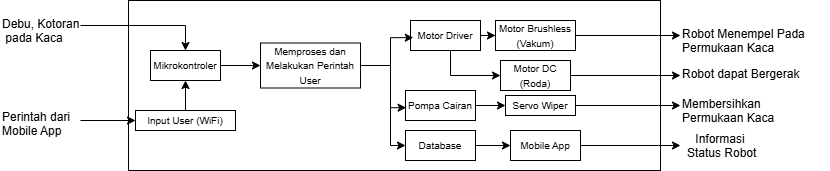
Earlier version of the draw.io export DiagramBlokLevel1.drawio.png (bryansasa/PPT-Cleaning-Glass-Robot). Source tidied: cells renumbered, new cells last; positions are measured from the earlier drawing's top-left corner, leaving out a move shared by most shapes. Source of this version:
```xml
<mxGraphModel>
  <root>
    <mxCell id="0" />
    <mxCell id="1" parent="0" />
    <mxCell id="2" style="rounded=0;whiteSpace=wrap;html=1;" parent="1" vertex="1">
      <mxGeometry x="128" width="532" height="170" as="geometry" />
    </mxCell>
    <mxCell id="3" style="edgeStyle=orthogonalEdgeStyle;rounded=0;jettySize=auto;html=1;entryX=0.5;entryY=0;entryDx=0;entryDy=0;" parent="1" edge="1" source="4" target="6">
      <mxGeometry relative="1" as="geometry" />
    </mxCell>
    <mxCell id="4" value="Debu, Kotoran&lt;div&gt;&amp;nbsp;pada Kaca&lt;/div&gt;" style="text;whiteSpace=wrap;html=1;" parent="1" vertex="1">
      <mxGeometry y="10" width="80" height="30" as="geometry" />
    </mxCell>
    <mxCell id="5" style="edgeStyle=orthogonalEdgeStyle;rounded=0;jettySize=auto;html=1;" parent="1" edge="1" source="6" target="31">
      <mxGeometry relative="1" as="geometry" />
    </mxCell>
    <mxCell id="6" value="&lt;span&gt;&lt;font style=&quot;font-size: 10px;&quot;&gt;Mikrokontroler&lt;/font&gt;&lt;/span&gt;" style="rounded=0;whiteSpace=wrap;html=1;" parent="1" vertex="1">
      <mxGeometry x="150" y="50" width="70" height="30" as="geometry" />
    </mxCell>
    <mxCell id="7" style="edgeStyle=orthogonalEdgeStyle;rounded=0;jettySize=auto;html=1;entryX=0.5;entryY=1;entryDx=0;entryDy=0;" parent="1" edge="1" source="8" target="6">
      <mxGeometry relative="1" as="geometry" />
    </mxCell>
    <mxCell id="8" value="&lt;span style=&quot;font-size: 10px;&quot;&gt;Input User (WiFi)&lt;/span&gt;" style="rounded=0;whiteSpace=wrap;html=1;" parent="1" vertex="1">
      <mxGeometry x="135" y="110" width="100" height="20" as="geometry" />
    </mxCell>
    <mxCell id="9" style="edgeStyle=orthogonalEdgeStyle;rounded=0;jettySize=auto;html=1;" parent="1" edge="1" source="11" target="13">
      <mxGeometry relative="1" as="geometry" />
    </mxCell>
    <mxCell id="10" style="edgeStyle=orthogonalEdgeStyle;rounded=0;jettySize=auto;html=1;entryX=0;entryY=0.5;entryDx=0;entryDy=0;" parent="1" edge="1" source="11" target="15">
      <mxGeometry relative="1" as="geometry">
        <Array as="points">
          <mxPoint x="450" y="75" />
        </Array>
      </mxGeometry>
    </mxCell>
    <mxCell id="11" value="&lt;span style=&quot;font-weight: normal;&quot;&gt;&lt;font style=&quot;font-size: 10px;&quot;&gt;Motor Driver&lt;/font&gt;&lt;/span&gt;" style="rounded=0;whiteSpace=wrap;html=1;fontStyle=1;" parent="1" vertex="1">
      <mxGeometry x="410" y="20" width="70" height="30" as="geometry" />
    </mxCell>
    <mxCell id="12" style="edgeStyle=orthogonalEdgeStyle;rounded=0;jettySize=auto;html=1;" parent="1" edge="1" source="13" target="20">
      <mxGeometry relative="1" as="geometry" />
    </mxCell>
    <mxCell id="13" value="&lt;span&gt;&lt;font style=&quot;font-size: 10px;&quot;&gt;Motor Brushless (Vakum)&lt;/font&gt;&lt;/span&gt;" style="rounded=0;whiteSpace=wrap;html=1;" parent="1" vertex="1">
      <mxGeometry x="495" y="20" width="80" height="30" as="geometry" />
    </mxCell>
    <mxCell id="14" style="edgeStyle=orthogonalEdgeStyle;rounded=0;jettySize=auto;html=1;" parent="1" edge="1" source="15" target="28">
      <mxGeometry relative="1" as="geometry" />
    </mxCell>
    <mxCell id="15" value="&lt;span&gt;&lt;font style=&quot;font-size: 10px;&quot;&gt;Motor DC (Roda)&lt;/font&gt;&lt;/span&gt;" style="rounded=0;whiteSpace=wrap;html=1;" parent="1" vertex="1">
      <mxGeometry x="500" y="60" width="70" height="30" as="geometry" />
    </mxCell>
    <mxCell id="16" style="edgeStyle=orthogonalEdgeStyle;rounded=0;jettySize=auto;html=1;" parent="1" edge="1" source="17" target="19">
      <mxGeometry relative="1" as="geometry" />
    </mxCell>
    <mxCell id="17" value="&lt;span&gt;&lt;font style=&quot;font-size: 10px;&quot;&gt;Pompa Cairan&lt;/font&gt;&lt;/span&gt;" style="rounded=0;whiteSpace=wrap;html=1;" parent="1" vertex="1">
      <mxGeometry x="405" y="90" width="70" height="30" as="geometry" />
    </mxCell>
    <mxCell id="18" style="edgeStyle=orthogonalEdgeStyle;rounded=0;jettySize=auto;html=1;entryX=0;entryY=0.5;entryDx=0;entryDy=0;" parent="1" edge="1" source="19" target="29">
      <mxGeometry relative="1" as="geometry" />
    </mxCell>
    <mxCell id="19" value="&lt;span&gt;&lt;font style=&quot;font-size: 10px;&quot;&gt;Servo Wiper&lt;/font&gt;&lt;/span&gt;" style="rounded=0;whiteSpace=wrap;html=1;" parent="1" vertex="1">
      <mxGeometry x="505" y="95" width="70" height="20" as="geometry" />
    </mxCell>
    <mxCell id="20" value="Robot Menempel Pada&amp;nbsp;&lt;div&gt;Permukaan Kaca&lt;/div&gt;" style="text;whiteSpace=wrap;html=1;" parent="1" vertex="1">
      <mxGeometry x="680" y="20" width="150" height="30" as="geometry" />
    </mxCell>
    <mxCell id="21" value="&lt;div style=&quot;&quot;&gt;&lt;span style=&quot;background-color: transparent; color: light-dark(rgb(0, 0, 0), rgb(255, 255, 255));&quot;&gt;Informasi&lt;/span&gt;&lt;/div&gt;&lt;div style=&quot;&quot;&gt;&lt;span style=&quot;background-color: transparent; color: light-dark(rgb(0, 0, 0), rgb(255, 255, 255));&quot;&gt;&amp;nbsp;Status Robot&lt;/span&gt;&lt;/div&gt;" style="text;whiteSpace=wrap;html=1;align=center;" parent="1" vertex="1">
      <mxGeometry x="680" y="125" width="80" height="40" as="geometry" />
    </mxCell>
    <mxCell id="22" style="edgeStyle=orthogonalEdgeStyle;rounded=0;jettySize=auto;html=1;" parent="1" edge="1" source="23" target="25">
      <mxGeometry relative="1" as="geometry" />
    </mxCell>
    <mxCell id="23" value="&lt;span&gt;&lt;font style=&quot;font-size: 10px;&quot;&gt;Database&lt;/font&gt;&lt;/span&gt;" style="rounded=0;whiteSpace=wrap;html=1;" parent="1" vertex="1">
      <mxGeometry x="405" y="130" width="70" height="30" as="geometry" />
    </mxCell>
    <mxCell id="24" style="edgeStyle=orthogonalEdgeStyle;rounded=0;jettySize=auto;html=1;" parent="1" edge="1" source="25" target="21">
      <mxGeometry relative="1" as="geometry" />
    </mxCell>
    <mxCell id="25" value="&lt;span&gt;&lt;font style=&quot;font-size: 10px;&quot;&gt;Mobile App&lt;/font&gt;&lt;/span&gt;" style="rounded=0;whiteSpace=wrap;html=1;" parent="1" vertex="1">
      <mxGeometry x="510" y="130" width="70" height="30" as="geometry" />
    </mxCell>
    <mxCell id="26" style="edgeStyle=orthogonalEdgeStyle;rounded=0;jettySize=auto;html=1;" parent="1" edge="1" source="27" target="8">
      <mxGeometry relative="1" as="geometry" />
    </mxCell>
    <mxCell id="27" value="Perintah dari&amp;nbsp;&lt;div&gt;Mobile App&lt;/div&gt;" style="text;whiteSpace=wrap;html=1;" parent="1" vertex="1">
      <mxGeometry y="102.5" width="80" height="35" as="geometry" />
    </mxCell>
    <mxCell id="28" value="Robot dapat Bergerak" style="text;whiteSpace=wrap;html=1;" parent="1" vertex="1">
      <mxGeometry x="680" y="60" width="140" height="30" as="geometry" />
    </mxCell>
    <mxCell id="29" value="Membersihkan&amp;nbsp;&lt;div&gt;Permukaan Kaca&lt;/div&gt;" style="text;whiteSpace=wrap;html=1;" parent="1" vertex="1">
      <mxGeometry x="680" y="90" width="120" height="30" as="geometry" />
    </mxCell>
    <mxCell id="30" style="edgeStyle=orthogonalEdgeStyle;rounded=0;jettySize=auto;html=1;entryX=0;entryY=0.5;entryDx=0;entryDy=0;" parent="1" edge="1" source="31" target="23">
      <mxGeometry relative="1" as="geometry">
        <Array as="points">
          <mxPoint x="390" y="65" />
          <mxPoint x="390" y="145" />
        </Array>
      </mxGeometry>
    </mxCell>
    <mxCell id="31" value="&lt;div&gt;&lt;span style=&quot;font-size: 10px;&quot;&gt;Memproses dan Melakukan Perintah User&lt;/span&gt;&lt;/div&gt;" style="rounded=0;whiteSpace=wrap;html=1;" parent="1" vertex="1">
      <mxGeometry x="260" y="42.5" width="100" height="45" as="geometry" />
    </mxCell>
    <mxCell id="32" style="edgeStyle=orthogonalEdgeStyle;rounded=0;jettySize=auto;html=1;entryX=0.04;entryY=0.572;entryDx=0;entryDy=0;entryPerimeter=0;" parent="1" edge="1" source="31" target="11">
      <mxGeometry relative="1" as="geometry">
        <Array as="points">
          <mxPoint x="390" y="65" />
          <mxPoint x="390" y="37" />
        </Array>
      </mxGeometry>
    </mxCell>
    <mxCell id="33" style="edgeStyle=orthogonalEdgeStyle;rounded=0;jettySize=auto;html=1;entryX=0.009;entryY=0.572;entryDx=0;entryDy=0;entryPerimeter=0;" parent="1" edge="1" source="31" target="17">
      <mxGeometry relative="1" as="geometry">
        <Array as="points">
          <mxPoint x="390" y="65" />
          <mxPoint x="390" y="107" />
        </Array>
      </mxGeometry>
    </mxCell>
  </root>
</mxGraphModel>
```
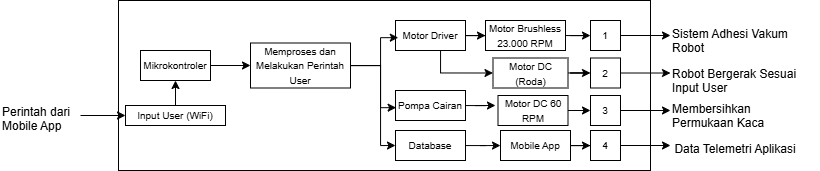
Above is the later version.

The edit, as a diff of the source:
```diff
@@ -5,12 +5,6 @@
     <mxCell id="2" style="rounded=0;whiteSpace=wrap;html=1;" parent="1" vertex="1">
       <mxGeometry x="128" width="532" height="170" as="geometry" />
     </mxCell>
-    <mxCell id="3" style="edgeStyle=orthogonalEdgeStyle;rounded=0;jettySize=auto;html=1;entryX=0.5;entryY=0;entryDx=0;entryDy=0;" parent="1" edge="1" source="4" target="6">
-      <mxGeometry relative="1" as="geometry" />
-    </mxCell>
-    <mxCell id="4" value="Debu, Kotoran&lt;div&gt;&amp;nbsp;pada Kaca&lt;/div&gt;" style="text;whiteSpace=wrap;html=1;" parent="1" vertex="1">
-      <mxGeometry y="10" width="80" height="30" as="geometry" />
-    </mxCell>
     <mxCell id="5" style="edgeStyle=orthogonalEdgeStyle;rounded=0;jettySize=auto;html=1;" parent="1" edge="1" source="6" target="31">
       <mxGeometry relative="1" as="geometry" />
     </mxCell>
@@ -21,7 +15,7 @@
       <mxGeometry relative="1" as="geometry" />
     </mxCell>
     <mxCell id="8" value="&lt;span style=&quot;font-size: 10px;&quot;&gt;Input User (WiFi)&lt;/span&gt;" style="rounded=0;whiteSpace=wrap;html=1;" parent="1" vertex="1">
-      <mxGeometry x="135" y="110" width="100" height="20" as="geometry" />
+      <mxGeometry x="135" y="105" width="100" height="20" as="geometry" />
     </mxCell>
     <mxCell id="9" style="edgeStyle=orthogonalEdgeStyle;rounded=0;jettySize=auto;html=1;" parent="1" edge="1" source="11" target="13">
       <mxGeometry relative="1" as="geometry" />
@@ -29,42 +23,38 @@
     <mxCell id="10" style="edgeStyle=orthogonalEdgeStyle;rounded=0;jettySize=auto;html=1;entryX=0;entryY=0.5;entryDx=0;entryDy=0;" parent="1" edge="1" source="11" target="15">
       <mxGeometry relative="1" as="geometry">
         <Array as="points">
-          <mxPoint x="450" y="75" />
+          <mxPoint x="450" y="72" />
         </Array>
       </mxGeometry>
     </mxCell>
     <mxCell id="11" value="&lt;span style=&quot;font-weight: normal;&quot;&gt;&lt;font style=&quot;font-size: 10px;&quot;&gt;Motor Driver&lt;/font&gt;&lt;/span&gt;" style="rounded=0;whiteSpace=wrap;html=1;fontStyle=1;" parent="1" vertex="1">
-      <mxGeometry x="410" y="20" width="70" height="30" as="geometry" />
+      <mxGeometry x="405" y="20" width="70" height="30" as="geometry" />
     </mxCell>
-    <mxCell id="12" style="edgeStyle=orthogonalEdgeStyle;rounded=0;jettySize=auto;html=1;" parent="1" edge="1" source="13" target="20">
-      <mxGeometry relative="1" as="geometry" />
-    </mxCell>
+    <mxCell id="34" style="edgeStyle=orthogonalEdgeStyle;rounded=0;jettySize=auto;html=1;" parent="1" edge="1" source="13" target="38">
+      <mxGeometry relative="1" as="geometry" />
+    </mxCell>
-    <mxCell id="13" value="&lt;span&gt;&lt;font style=&quot;font-size: 10px;&quot;&gt;Motor Brushless (Vakum)&lt;/font&gt;&lt;/span&gt;" style="rounded=0;whiteSpace=wrap;html=1;" parent="1" vertex="1">
+    <mxCell id="13" value="&lt;span&gt;&lt;font style=&quot;font-size: 10px;&quot;&gt;Motor Brushless 23.000 RPM&lt;/font&gt;&lt;/span&gt;" style="rounded=0;whiteSpace=wrap;html=1;" parent="1" vertex="1">
       <mxGeometry x="495" y="20" width="80" height="30" as="geometry" />
     </mxCell>
-    <mxCell id="14" style="edgeStyle=orthogonalEdgeStyle;rounded=0;jettySize=auto;html=1;" parent="1" edge="1" source="15" target="28">
-      <mxGeometry relative="1" as="geometry" />
-    </mxCell>
+    <mxCell id="35" style="edgeStyle=orthogonalEdgeStyle;rounded=0;jettySize=auto;html=1;" parent="1" edge="1" source="15" target="39">
+      <mxGeometry relative="1" as="geometry" />
+    </mxCell>
     <mxCell id="15" value="&lt;span&gt;&lt;font style=&quot;font-size: 10px;&quot;&gt;Motor DC (Roda)&lt;/font&gt;&lt;/span&gt;" style="rounded=0;whiteSpace=wrap;html=1;" parent="1" vertex="1">
-      <mxGeometry x="500" y="60" width="70" height="30" as="geometry" />
+      <mxGeometry x="502.5" y="57.5" width="75" height="30" as="geometry" />
     </mxCell>
-    <mxCell id="16" style="edgeStyle=orthogonalEdgeStyle;rounded=0;jettySize=auto;html=1;" parent="1" edge="1" source="17" target="19">
-      <mxGeometry relative="1" as="geometry" />
+    <mxCell id="16" style="edgeStyle=orthogonalEdgeStyle;rounded=0;jettySize=auto;html=1;" parent="1" edge="1" source="17">
+      <mxGeometry relative="1" as="geometry">
+        <mxPoint x="505" y="105" as="targetPoint" />
+      </mxGeometry>
     </mxCell>
     <mxCell id="17" value="&lt;span&gt;&lt;font style=&quot;font-size: 10px;&quot;&gt;Pompa Cairan&lt;/font&gt;&lt;/span&gt;" style="rounded=0;whiteSpace=wrap;html=1;" parent="1" vertex="1">
       <mxGeometry x="405" y="90" width="70" height="30" as="geometry" />
     </mxCell>
-    <mxCell id="18" style="edgeStyle=orthogonalEdgeStyle;rounded=0;jettySize=auto;html=1;entryX=0;entryY=0.5;entryDx=0;entryDy=0;" parent="1" edge="1" source="19" target="29">
-      <mxGeometry relative="1" as="geometry" />
-    </mxCell>
-    <mxCell id="19" value="&lt;span&gt;&lt;font style=&quot;font-size: 10px;&quot;&gt;Servo Wiper&lt;/font&gt;&lt;/span&gt;" style="rounded=0;whiteSpace=wrap;html=1;" parent="1" vertex="1">
-      <mxGeometry x="505" y="95" width="70" height="20" as="geometry" />
-    </mxCell>
-    <mxCell id="20" value="Robot Menempel Pada&amp;nbsp;&lt;div&gt;Permukaan Kaca&lt;/div&gt;" style="text;whiteSpace=wrap;html=1;" parent="1" vertex="1">
+    <mxCell id="20" value="Sistem Adhesi Vakum Robot" style="text;whiteSpace=wrap;html=1;" parent="1" vertex="1">
       <mxGeometry x="680" y="20" width="150" height="30" as="geometry" />
     </mxCell>
-    <mxCell id="21" value="&lt;div style=&quot;&quot;&gt;&lt;span style=&quot;background-color: transparent; color: light-dark(rgb(0, 0, 0), rgb(255, 255, 255));&quot;&gt;Informasi&lt;/span&gt;&lt;/div&gt;&lt;div style=&quot;&quot;&gt;&lt;span style=&quot;background-color: transparent; color: light-dark(rgb(0, 0, 0), rgb(255, 255, 255));&quot;&gt;&amp;nbsp;Status Robot&lt;/span&gt;&lt;/div&gt;" style="text;whiteSpace=wrap;html=1;align=center;" parent="1" vertex="1">
-      <mxGeometry x="680" y="125" width="80" height="40" as="geometry" />
+    <mxCell id="21" value="&lt;div style=&quot;&quot;&gt;Data Telemetri Aplikasi&lt;/div&gt;" style="text;whiteSpace=wrap;html=1;align=center;" parent="1" vertex="1">
+      <mxGeometry x="680" y="135" width="130" height="20" as="geometry" />
     </mxCell>
     <mxCell id="22" style="edgeStyle=orthogonalEdgeStyle;rounded=0;jettySize=auto;html=1;" parent="1" edge="1" source="23" target="25">
       <mxGeometry relative="1" as="geometry" />
@@ -72,9 +62,9 @@
     <mxCell id="23" value="&lt;span&gt;&lt;font style=&quot;font-size: 10px;&quot;&gt;Database&lt;/font&gt;&lt;/span&gt;" style="rounded=0;whiteSpace=wrap;html=1;" parent="1" vertex="1">
       <mxGeometry x="405" y="130" width="70" height="30" as="geometry" />
     </mxCell>
-    <mxCell id="24" style="edgeStyle=orthogonalEdgeStyle;rounded=0;jettySize=auto;html=1;" parent="1" edge="1" source="25" target="21">
-      <mxGeometry relative="1" as="geometry" />
-    </mxCell>
+    <mxCell id="36" style="edgeStyle=orthogonalEdgeStyle;rounded=0;jettySize=auto;html=1;" parent="1" edge="1" source="25" target="46">
+      <mxGeometry relative="1" as="geometry" />
+    </mxCell>
     <mxCell id="25" value="&lt;span&gt;&lt;font style=&quot;font-size: 10px;&quot;&gt;Mobile App&lt;/font&gt;&lt;/span&gt;" style="rounded=0;whiteSpace=wrap;html=1;" parent="1" vertex="1">
       <mxGeometry x="510" y="130" width="70" height="30" as="geometry" />
     </mxCell>
@@ -82,13 +72,13 @@
       <mxGeometry relative="1" as="geometry" />
     </mxCell>
     <mxCell id="27" value="Perintah dari&amp;nbsp;&lt;div&gt;Mobile App&lt;/div&gt;" style="text;whiteSpace=wrap;html=1;" parent="1" vertex="1">
-      <mxGeometry y="102.5" width="80" height="35" as="geometry" />
+      <mxGeometry x="10" y="97.5" width="80" height="35" as="geometry" />
     </mxCell>
-    <mxCell id="28" value="Robot dapat Bergerak" style="text;whiteSpace=wrap;html=1;" parent="1" vertex="1">
+    <mxCell id="28" value="Robot Bergerak Sesuai Input User" style="text;whiteSpace=wrap;html=1;" parent="1" vertex="1">
       <mxGeometry x="680" y="60" width="140" height="30" as="geometry" />
     </mxCell>
     <mxCell id="29" value="Membersihkan&amp;nbsp;&lt;div&gt;Permukaan Kaca&lt;/div&gt;" style="text;whiteSpace=wrap;html=1;" parent="1" vertex="1">
-      <mxGeometry x="680" y="90" width="120" height="30" as="geometry" />
+      <mxGeometry x="680" y="95" width="120" height="30" as="geometry" />
     </mxCell>
     <mxCell id="30" style="edgeStyle=orthogonalEdgeStyle;rounded=0;jettySize=auto;html=1;entryX=0;entryY=0.5;entryDx=0;entryDy=0;" parent="1" edge="1" source="31" target="23">
       <mxGeometry relative="1" as="geometry">
@@ -117,5 +107,35 @@
         </Array>
       </mxGeometry>
     </mxCell>
+    <mxCell id="37" style="edgeStyle=orthogonalEdgeStyle;rounded=0;jettySize=auto;html=1;entryX=0;entryY=0.5;entryDx=0;entryDy=0;" parent="1" edge="1" source="38" target="20">
+      <mxGeometry relative="1" as="geometry" />
+    </mxCell>
+    <mxCell id="38" value="&lt;span&gt;&lt;font style=&quot;font-size: 10px;&quot;&gt;1&lt;/font&gt;&lt;/span&gt;" style="rounded=0;whiteSpace=wrap;html=1;" parent="1" vertex="1">
+      <mxGeometry x="600" y="20" width="30" height="30" as="geometry" />
+    </mxCell>
+    <mxCell id="39" value="&lt;span&gt;&lt;font style=&quot;font-size: 10px;&quot;&gt;2&lt;/font&gt;&lt;/span&gt;" style="rounded=0;whiteSpace=wrap;html=1;" parent="1" vertex="1">
+      <mxGeometry x="600" y="57.5" width="30" height="30" as="geometry" />
+    </mxCell>
+    <mxCell id="40" style="edgeStyle=orthogonalEdgeStyle;rounded=0;jettySize=auto;html=1;entryX=0;entryY=0.417;entryDx=0;entryDy=0;entryPerimeter=0;" parent="1" edge="1" source="39" target="28">
+      <mxGeometry relative="1" as="geometry" />
+    </mxCell>
+    <mxCell id="41" style="edgeStyle=orthogonalEdgeStyle;rounded=0;jettySize=auto;html=1;" parent="1" edge="1" source="42" target="44">
+      <mxGeometry relative="1" as="geometry" />
+    </mxCell>
+    <mxCell id="42" value="&lt;span&gt;&lt;font style=&quot;font-size: 10px;&quot;&gt;Motor DC&amp;nbsp;&lt;/font&gt;&lt;/span&gt;&lt;span style=&quot;font-size: 10px;&quot;&gt;60 RPM&lt;/span&gt;" style="rounded=0;whiteSpace=wrap;html=1;" parent="1" vertex="1">
+      <mxGeometry x="507.5" y="95" width="70" height="30" as="geometry" />
+    </mxCell>
+    <mxCell id="43" style="edgeStyle=orthogonalEdgeStyle;rounded=0;jettySize=auto;html=1;entryX=0;entryY=0.5;entryDx=0;entryDy=0;" parent="1" edge="1" source="44" target="29">
+      <mxGeometry relative="1" as="geometry" />
+    </mxCell>
+    <mxCell id="44" value="&lt;span&gt;&lt;font style=&quot;font-size: 10px;&quot;&gt;3&lt;/font&gt;&lt;/span&gt;" style="rounded=0;whiteSpace=wrap;html=1;" parent="1" vertex="1">
+      <mxGeometry x="600" y="95" width="30" height="30" as="geometry" />
+    </mxCell>
+    <mxCell id="45" style="edgeStyle=orthogonalEdgeStyle;rounded=0;jettySize=auto;html=1;entryX=0;entryY=0.5;entryDx=0;entryDy=0;" parent="1" edge="1" source="46" target="21">
+      <mxGeometry relative="1" as="geometry" />
+    </mxCell>
+    <mxCell id="46" value="&lt;span&gt;&lt;font style=&quot;font-size: 10px;&quot;&gt;4&lt;/font&gt;&lt;/span&gt;" style="rounded=0;whiteSpace=wrap;html=1;" parent="1" vertex="1">
+      <mxGeometry x="600" y="130" width="30" height="30" as="geometry" />
+    </mxCell>
   </root>
 </mxGraphModel>
```
